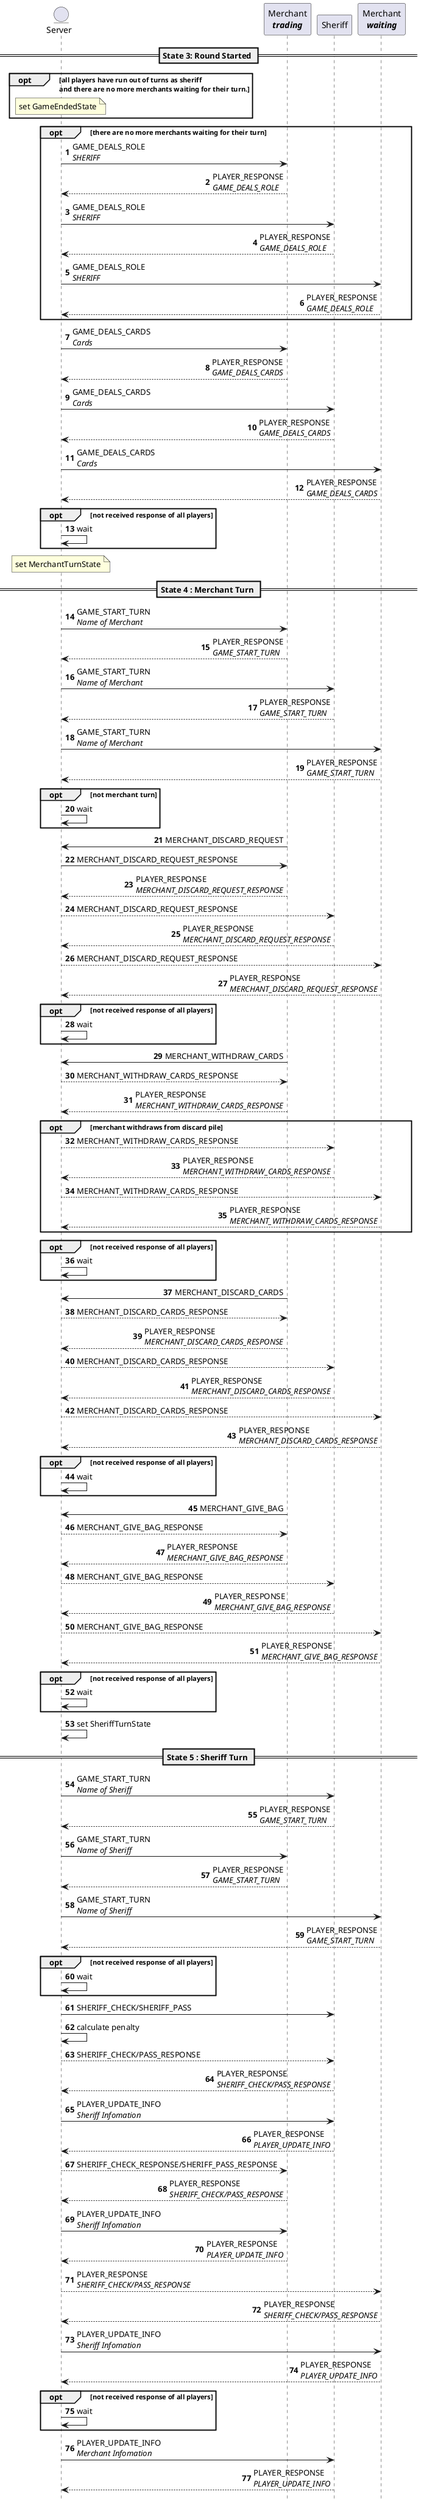
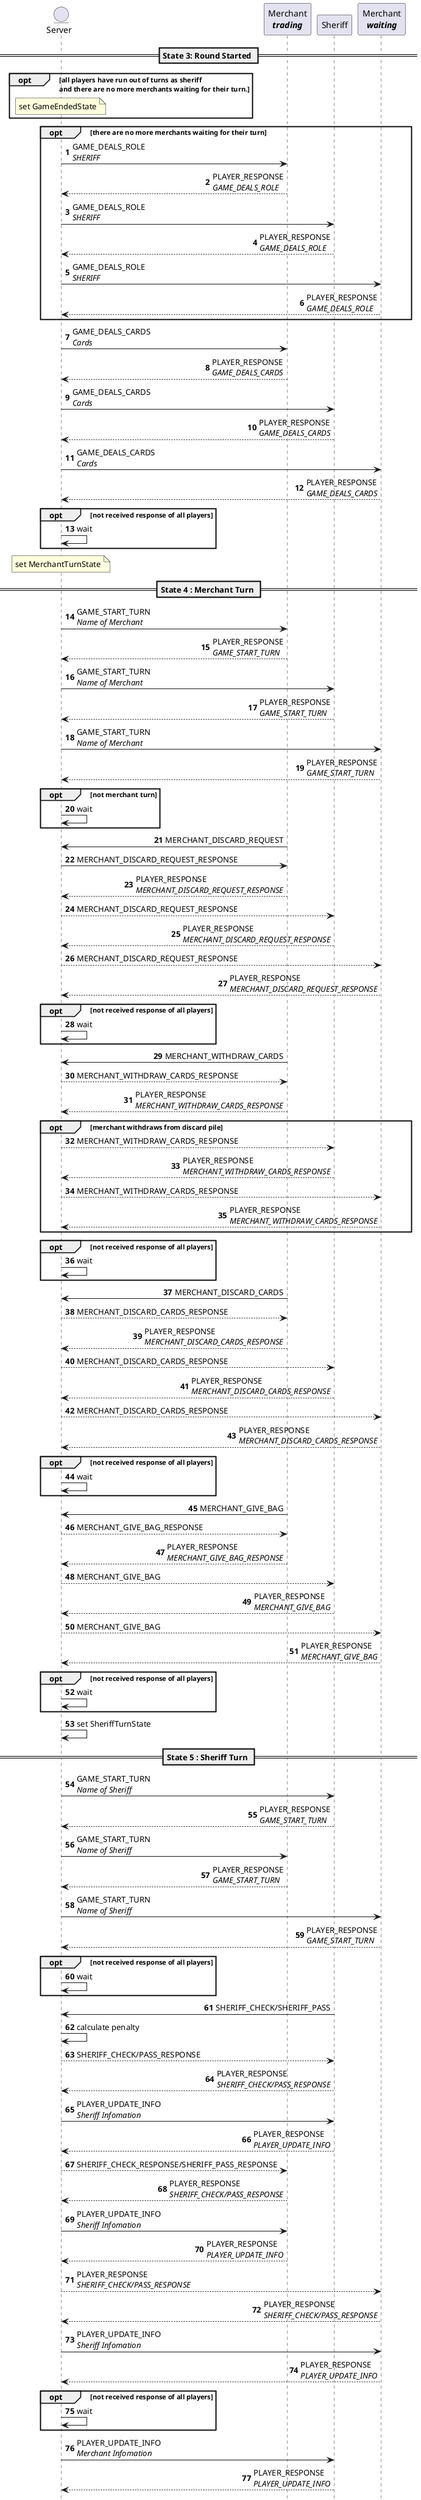
@startuml
entity Server as server
participant "Merchant\n**//trading//**" as merchant
participant Sheriff as sheriff
participant "Merchant\n**//waiting//**" as other

autonumber
skinparam sequenceMessageAlign direction

== State 3: Round Started ==

opt all players have run out of turns as sheriff \nand there are no more merchants waiting for their turn.
note over server : set GameEndedState
end opt

opt there are no more merchants waiting for their turn
server -> merchant : GAME_DEALS_ROLE\n//SHERIFF//
merchant --> server : PLAYER_RESPONSE\n//GAME_DEALS_ROLE//
server -> sheriff : GAME_DEALS_ROLE\n//SHERIFF//
sheriff --> server : PLAYER_RESPONSE\n//GAME_DEALS_ROLE//
server -> other: GAME_DEALS_ROLE\n//SHERIFF//
other --> server : PLAYER_RESPONSE\n//GAME_DEALS_ROLE//
end otp

server -> merchant : GAME_DEALS_CARDS\n//Cards//
merchant --> server : PLAYER_RESPONSE\n//GAME_DEALS_CARDS//
server -> sheriff : GAME_DEALS_CARDS\n//Cards//
sheriff --> server : PLAYER_RESPONSE\n//GAME_DEALS_CARDS//
server -> other: GAME_DEALS_CARDS\n//Cards//
other --> server : PLAYER_RESPONSE\n//GAME_DEALS_CARDS//

opt not received response of all players
server -> server : wait
end opt

note over server : set MerchantTurnState

== State 4 : Merchant Turn ==

server -> merchant : GAME_START_TURN\n//Name of Merchant//
merchant --> server : PLAYER_RESPONSE\n//GAME_START_TURN//
server -> sheriff : GAME_START_TURN\n//Name of Merchant//
sheriff --> server : PLAYER_RESPONSE\n//GAME_START_TURN//
server -> other: GAME_START_TURN\n//Name of Merchant//
other --> server : PLAYER_RESPONSE\n//GAME_START_TURN//

opt not merchant turn
server -> server : wait
end opt

merchant -> server : MERCHANT_DISCARD_REQUEST
server -> merchant : MERCHANT_DISCARD_REQUEST_RESPONSE
merchant --> server : PLAYER_RESPONSE\n//MERCHANT_DISCARD_REQUEST_RESPONSE//
server --> sheriff : MERCHANT_DISCARD_REQUEST_RESPONSE
sheriff --> server : PLAYER_RESPONSE\n//MERCHANT_DISCARD_REQUEST_RESPONSE//
server --> other : MERCHANT_DISCARD_REQUEST_RESPONSE
other --> server : PLAYER_RESPONSE\n//MERCHANT_DISCARD_REQUEST_RESPONSE//

opt not received response of all players
server -> server : wait
end opt

merchant -> server : MERCHANT_WITHDRAW_CARDS
server --> merchant : MERCHANT_WITHDRAW_CARDS_RESPONSE
merchant --> server : PLAYER_RESPONSE\n//MERCHANT_WITHDRAW_CARDS_RESPONSE//

opt merchant withdraws from discard pile
server --> sheriff : MERCHANT_WITHDRAW_CARDS_RESPONSE
sheriff --> server : PLAYER_RESPONSE\n//MERCHANT_WITHDRAW_CARDS_RESPONSE//
server --> other : MERCHANT_WITHDRAW_CARDS_RESPONSE
other --> server : PLAYER_RESPONSE\n//MERCHANT_WITHDRAW_CARDS_RESPONSE//
end opt

opt not received response of all players
server -> server : wait
end opt

merchant -> server : MERCHANT_DISCARD_CARDS
server --> merchant : MERCHANT_DISCARD_CARDS_RESPONSE
merchant --> server : PLAYER_RESPONSE\n//MERCHANT_DISCARD_CARDS_RESPONSE//
server --> sheriff : MERCHANT_DISCARD_CARDS_RESPONSE
sheriff --> server : PLAYER_RESPONSE\n//MERCHANT_DISCARD_CARDS_RESPONSE//
server --> other: MERCHANT_DISCARD_CARDS_RESPONSE
other --> server : PLAYER_RESPONSE\n//MERCHANT_DISCARD_CARDS_RESPONSE//

opt not received response of all players
server -> server : wait
end opt

merchant -> server : MERCHANT_GIVE_BAG
server --> merchant : MERCHANT_GIVE_BAG_RESPONSE
merchant --> server : PLAYER_RESPONSE\n//MERCHANT_GIVE_BAG_RESPONSE//
- server --> sheriff: MERCHANT_GIVE_BAG_RESPONSE
- sheriff --> server : PLAYER_RESPONSE\n//MERCHANT_GIVE_BAG_RESPONSE//
- server --> other : MERCHANT_GIVE_BAG_RESPONSE
- other --> server : PLAYER_RESPONSE\n//MERCHANT_GIVE_BAG_RESPONSE//
+ server --> sheriff: MERCHANT_GIVE_BAG
+ sheriff --> server : PLAYER_RESPONSE\n//MERCHANT_GIVE_BAG//
+ server --> other : MERCHANT_GIVE_BAG
+ other --> server : PLAYER_RESPONSE\n//MERCHANT_GIVE_BAG//

opt not received response of all players
server -> server : wait
end opt

server -> server : set SheriffTurnState

== State 5 : Sheriff Turn ==

server -> sheriff : GAME_START_TURN\n//Name of Sheriff//
sheriff --> server : PLAYER_RESPONSE\n//GAME_START_TURN//
server -> merchant: GAME_START_TURN\n//Name of Sheriff//
merchant--> server : PLAYER_RESPONSE\n//GAME_START_TURN//
server -> other: GAME_START_TURN\n//Name of Sheriff//
other --> server : PLAYER_RESPONSE\n//GAME_START_TURN//

opt not received response of all players
server -> server : wait
end opt

- server -> sheriff : SHERIFF_CHECK/SHERIFF_PASS
+ sheriff -> server : SHERIFF_CHECK/SHERIFF_PASS
server -> server : calculate penalty

server --> sheriff: SHERIFF_CHECK/PASS_RESPONSE
sheriff --> server : PLAYER_RESPONSE\n//SHERIFF_CHECK/PASS_RESPONSE//
server -> sheriff : PLAYER_UPDATE_INFO\n//Sheriff Infomation//
sheriff --> server : PLAYER_RESPONSE\n//PLAYER_UPDATE_INFO//

server --> merchant : SHERIFF_CHECK_RESPONSE/SHERIFF_PASS_RESPONSE
merchant --> server : PLAYER_RESPONSE\n//SHERIFF_CHECK/PASS_RESPONSE//
server -> merchant : PLAYER_UPDATE_INFO\n//Sheriff Infomation//
merchant --> server : PLAYER_RESPONSE\n//PLAYER_UPDATE_INFO//

server --> other : PLAYER_RESPONSE\n//SHERIFF_CHECK/PASS_RESPONSE//
other --> server : PLAYER_RESPONSE\n//SHERIFF_CHECK/PASS_RESPONSE//
server -> other : PLAYER_UPDATE_INFO\n//Sheriff Infomation//
other --> server : PLAYER_RESPONSE\n//PLAYER_UPDATE_INFO//

opt not received response of all players
server -> server : wait
end opt

server -> sheriff : PLAYER_UPDATE_INFO\n//Merchant Infomation//
sheriff --> server: PLAYER_RESPONSE\n//PLAYER_UPDATE_INFO//
server -> merchant : PLAYER_UPDATE_INFO\n//Merchant Infomation//
merchant --> server: PLAYER_RESPONSE\n//PLAYER_UPDATE_INFO//
server -> other: PLAYER_UPDATE_INFO\n//Merchant Infomation//
other --> server: PLAYER_RESPONSE\n//PLAYER_UPDATE_INFO//

opt there aren't merchants waiting for their turn
note over server : set RoundStartedState
else
note over server : set MerchantTurnState
end opt

- @enduml+ @enduml
